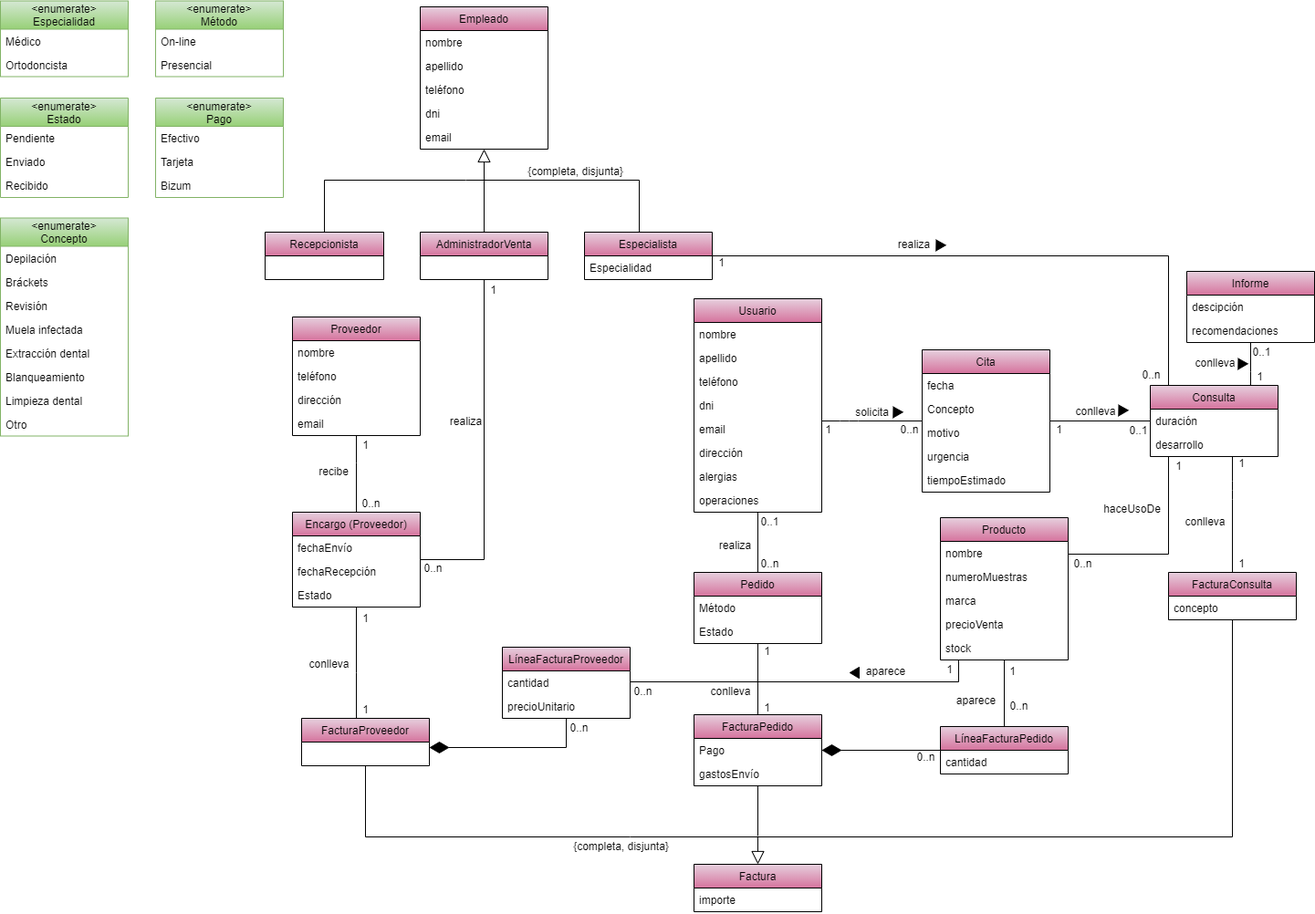
Before: Remus/doc/images/Diagrama conceptual.png, a diagram exported from draw.io (Jesusjbs/clinicaDental-ir). Source tidied: cells renumbered, new cells last; positions are measured from the earlier drawing's top-left corner, leaving out a move shared by most shapes.
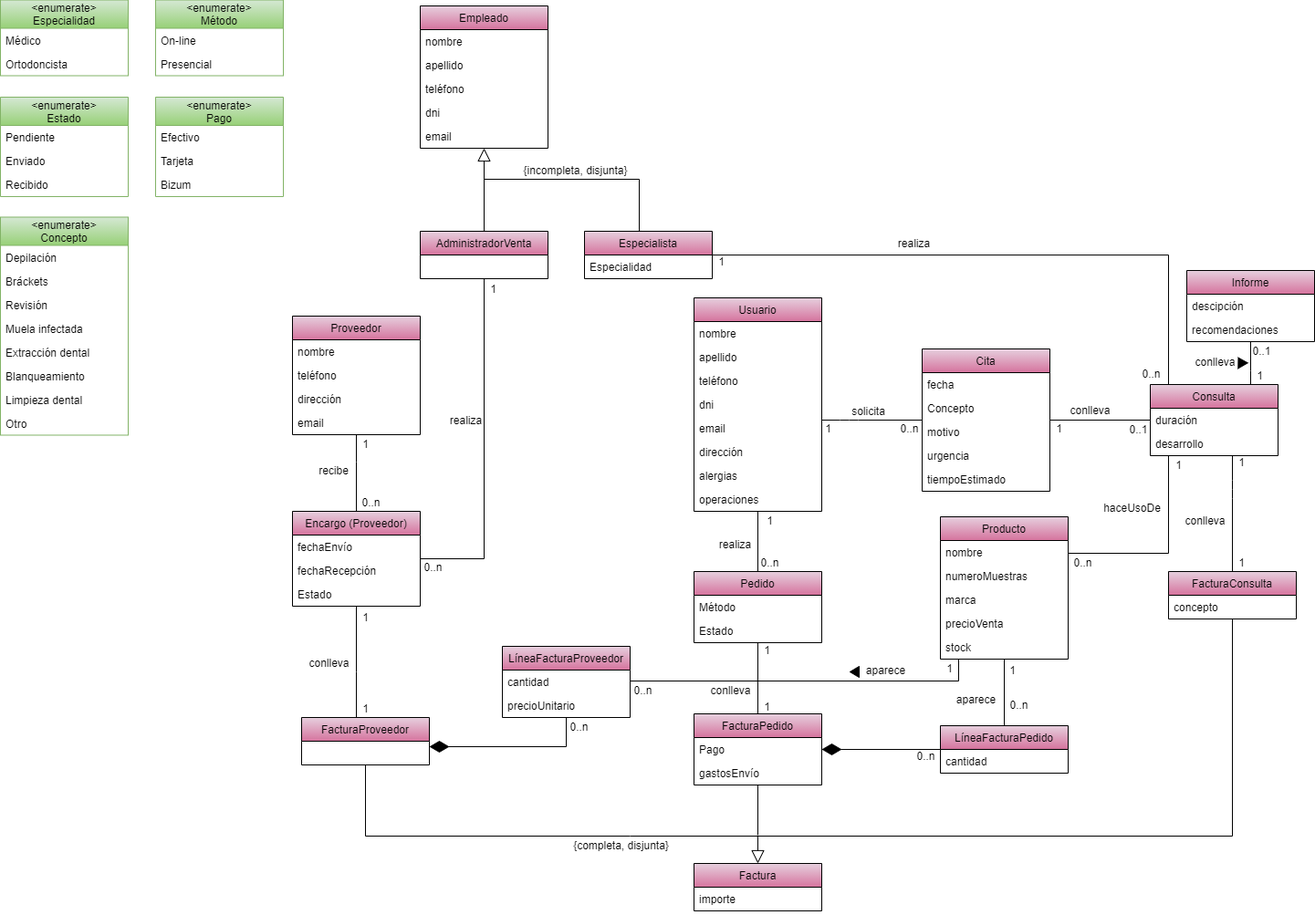
The same diagram one commit later.

Diff of the diagram source:
```diff
@@ -68,17 +68,6 @@
         </Array>
       </mxGeometry>
     </mxCell>
-    <mxCell id="14" style="edgeStyle=orthogonalEdgeStyle;rounded=0;jettySize=auto;html=1;startArrow=none;startFill=0;startSize=19;sourcePerimeterSpacing=0;endArrow=none;endFill=0;endSize=19;targetPerimeterSpacing=0;" parent="1" edge="1" source="15">
-      <mxGeometry relative="1" as="geometry">
-        <mxPoint x="510" y="196" as="targetPoint" />
-        <Array as="points">
-          <mxPoint x="355" y="196" />
-        </Array>
-      </mxGeometry>
-    </mxCell>
-    <mxCell id="15" value="Recepcionista" style="swimlane;fontStyle=0;horizontal=1;startSize=26;fillColor=#E6D0DE;gradientColor=#D5739D;" parent="1" vertex="1">
-      <mxGeometry x="290" y="253" width="130" height="52" as="geometry" />
-    </mxCell>
     <mxCell id="16" style="edgeStyle=orthogonalEdgeStyle;rounded=0;jettySize=auto;html=1;startArrow=none;startFill=0;startSize=19;sourcePerimeterSpacing=0;endArrow=none;endFill=0;endSize=19;targetPerimeterSpacing=0;" parent="1" edge="1" source="17">
       <mxGeometry relative="1" as="geometry">
         <mxPoint x="530" y="196" as="targetPoint" />
@@ -96,7 +85,7 @@
     </mxCell>
     <mxCell id="19" style="edgeStyle=orthogonalEdgeStyle;rounded=0;jettySize=auto;html=1;startArrow=none;startFill=0;startSize=19;sourcePerimeterSpacing=0;endArrow=none;endFill=0;endSize=19;targetPerimeterSpacing=0;" parent="1" edge="1" source="78">
       <mxGeometry relative="1" as="geometry">
-        <mxPoint x="510" y="196" as="targetPoint" />
+        <mxPoint x="530" y="196" as="targetPoint" />
         <Array as="points">
           <mxPoint x="700" y="196" />
         </Array>
@@ -230,9 +219,6 @@
         </Array>
       </mxGeometry>
     </mxCell>
-    <mxCell id="57" style="triangle;whiteSpace=wrap;html=1;fillColor=#000000;direction=west;rotation=60;" parent="1" vertex="1">
-      <mxGeometry x="976" y="443" width="10" height="12" as="geometry" />
-    </mxCell>
     <mxCell id="58" style="edgeStyle=orthogonalEdgeStyle;rounded=0;jettySize=auto;html=1;startArrow=none;startFill=0;startSize=19;sourcePerimeterSpacing=0;endArrow=none;endFill=0;endSize=19;targetPerimeterSpacing=0;" parent="1" edge="1" source="59">
       <mxGeometry relative="1" as="geometry">
         <mxPoint x="690" y="916" as="targetPoint" />
@@ -354,8 +340,8 @@
     <mxCell id="94" value="Estado" style="text;strokeColor=none;fillColor=none;align=left;verticalAlign=top;spacingLeft=4;spacingRight=4;overflow=hidden;" parent="91" vertex="1">
       <mxGeometry y="78" width="140" height="26" as="geometry" />
     </mxCell>
-    <mxCell id="95" value="{completa, disjunta}" style="text;html=1;align=center;verticalAlign=middle;" parent="1" vertex="1">
-      <mxGeometry x="570" y="176" width="120" height="20" as="geometry" />
+    <mxCell id="95" value="{incompleta, disjunta}" style="text;html=1;align=center;verticalAlign=middle;" parent="1" vertex="1">
+      <mxGeometry x="565" y="176" width="130" height="20" as="geometry" />
     </mxCell>
     <mxCell id="96" value="LíneaFacturaProveedor" style="swimlane;fontStyle=0;horizontal=1;startSize=26;fillColor=#E6D0DE;gradientColor=#D5739D;" parent="1" vertex="1">
       <mxGeometry x="550" y="708" width="140" height="78" as="geometry" />
@@ -418,10 +404,10 @@
       <mxGeometry x="976" y="459" width="40" height="20" as="geometry" />
     </mxCell>
     <mxCell id="116" value="solicita" style="text;html=1;align=center;verticalAlign=middle;" parent="1" vertex="1">
-      <mxGeometry x="930" y="440" width="50" height="20" as="geometry" />
+      <mxGeometry x="926" y="440" width="50" height="20" as="geometry" />
     </mxCell>
-    <mxCell id="117" value="0..1" style="text;html=1;align=center;verticalAlign=middle;" parent="1" vertex="1">
-      <mxGeometry x="823" y="560" width="40" height="20" as="geometry" />
+    <mxCell id="117" value="1" style="text;html=1;align=center;verticalAlign=middle;" parent="1" vertex="1">
+      <mxGeometry x="833" y="560" width="20" height="20" as="geometry" />
     </mxCell>
     <mxCell id="118" value="realiza" style="text;html=1;align=center;verticalAlign=middle;" parent="1" vertex="1">
       <mxGeometry x="780" y="586" width="50" height="20" as="geometry" />
@@ -466,11 +452,8 @@
       <mxGeometry x="1227" y="460" width="40" height="20" as="geometry" />
     </mxCell>
     <mxCell id="132" value="conlleva" style="text;html=1;align=center;verticalAlign=middle;" parent="1" vertex="1">
-      <mxGeometry x="1170" y="439" width="60" height="20" as="geometry" />
+      <mxGeometry x="1164" y="439" width="60" height="20" as="geometry" />
     </mxCell>
-    <mxCell id="133" style="triangle;whiteSpace=wrap;html=1;fillColor=#000000;direction=west;rotation=60;" parent="1" vertex="1">
-      <mxGeometry x="1223" y="441" width="10" height="12" as="geometry" />
-    </mxCell>
     <mxCell id="134" value="1" style="text;html=1;align=center;verticalAlign=middle;" parent="1" vertex="1">
       <mxGeometry x="780" y="276" width="20" height="20" as="geometry" />
     </mxCell>
@@ -486,9 +469,6 @@
     <mxCell id="138" value="realiza" style="text;html=1;align=center;verticalAlign=middle;" parent="1" vertex="1">
       <mxGeometry x="976" y="256" width="50" height="20" as="geometry" />
     </mxCell>
-    <mxCell id="139" style="triangle;whiteSpace=wrap;html=1;fillColor=#000000;direction=west;rotation=60;" parent="1" vertex="1">
-      <mxGeometry x="1023" y="260" width="10" height="12" as="geometry" />
-    </mxCell>
     <mxCell id="140" value="conlleva" style="text;html=1;align=center;verticalAlign=middle;" parent="1" vertex="1">
       <mxGeometry x="1301" y="386" width="60" height="20" as="geometry" />
     </mxCell>
```
